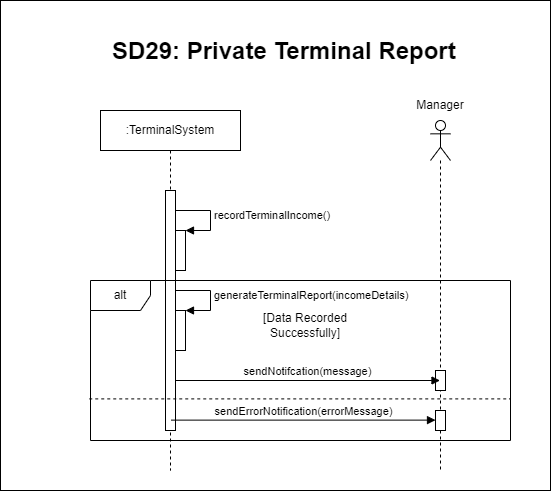
Above: Diagramms/Sequence Diagrams/SequenceDiagram29.png in Smr002/Group01_Airport_Management_System (draw.io), before the change. Source tidied: cells renumbered, new cells last; positions are measured from the earlier drawing's top-left corner, leaving out a move shared by most shapes. Its diagram source:
```xml
<mxGraphModel>
  <root>
    <mxCell id="0" />
    <mxCell id="1" parent="0" />
    <mxCell id="2" style="rounded=0;whiteSpace=wrap;html=1;" parent="1" vertex="1">
      <mxGeometry width="550" height="490" as="geometry" />
    </mxCell>
    <mxCell id="3" value="&lt;h1 style=&quot;margin-top: 0px;&quot;&gt;SD29: Private Terminal Report&lt;/h1&gt;" style="text;html=1;whiteSpace=wrap;overflow=hidden;rounded=0;" parent="1" vertex="1">
      <mxGeometry x="110" y="30" width="390" height="50" as="geometry" />
    </mxCell>
    <mxCell id="4" value=":TerminalSystem" style="shape=umlLifeline;perimeter=lifelinePerimeter;whiteSpace=wrap;html=1;newEdgeStyle={&quot;edgeStyle&quot;:&quot;elbowEdgeStyle&quot;,&quot;elbow&quot;:&quot;vertical&quot;,&quot;curved&quot;:0,&quot;rounded&quot;:0};" parent="1" vertex="1">
      <mxGeometry x="100" y="110" width="140" height="360" as="geometry" />
    </mxCell>
    <mxCell id="5" style="html=1;perimeter=orthogonalPerimeter;targetShapes=umlLifeline;newEdgeStyle={&quot;edgeStyle&quot;:&quot;elbowEdgeStyle&quot;,&quot;elbow&quot;:&quot;vertical&quot;,&quot;curved&quot;:0,&quot;rounded&quot;:0};" parent="4" vertex="1">
      <mxGeometry x="65" y="80" width="10" height="240" as="geometry" />
    </mxCell>
    <mxCell id="6" style="html=1;points=[[0,0,0,0,5],[0,1,0,0,-5],[1,0,0,0,5],[1,1,0,0,-5]];perimeter=orthogonalPerimeter;outlineConnect=0;targetShapes=umlLifeline;portConstraint=eastwest;newEdgeStyle={&quot;curved&quot;:0,&quot;rounded&quot;:0};" parent="4" vertex="1">
      <mxGeometry x="75" y="120" width="10" height="40" as="geometry" />
    </mxCell>
    <mxCell id="7" value="recordTerminalIncome()" style="html=1;align=left;spacingLeft=2;endArrow=block;rounded=0;edgeStyle=orthogonalEdgeStyle;curved=0;rounded=0;" parent="4" edge="1" target="6">
      <mxGeometry relative="1" as="geometry">
        <mxPoint x="75" y="100" as="sourcePoint" />
        <Array as="points">
          <mxPoint x="110" y="100" />
          <mxPoint x="110" y="120" />
        </Array>
      </mxGeometry>
    </mxCell>
    <mxCell id="8" style="html=1;points=[[0,0,0,0,5],[0,1,0,0,-5],[1,0,0,0,5],[1,1,0,0,-5]];perimeter=orthogonalPerimeter;outlineConnect=0;targetShapes=umlLifeline;portConstraint=eastwest;newEdgeStyle={&quot;curved&quot;:0,&quot;rounded&quot;:0};" parent="4" vertex="1">
      <mxGeometry x="75" y="200" width="10" height="40" as="geometry" />
    </mxCell>
    <mxCell id="9" value="generateTerminalReport(incomeDetails)" style="html=1;align=left;spacingLeft=2;endArrow=block;rounded=0;edgeStyle=orthogonalEdgeStyle;curved=0;rounded=0;" parent="4" edge="1" target="8">
      <mxGeometry relative="1" as="geometry">
        <mxPoint x="75" y="180" as="sourcePoint" />
        <Array as="points">
          <mxPoint x="110" y="180" />
          <mxPoint x="110" y="200" />
        </Array>
      </mxGeometry>
    </mxCell>
    <mxCell id="10" style="shape=umlLifeline;perimeter=lifelinePerimeter;whiteSpace=wrap;html=1;newEdgeStyle={&quot;curved&quot;:0,&quot;rounded&quot;:0};participant=umlActor;" parent="1" vertex="1">
      <mxGeometry x="430" y="120" width="20" height="350" as="geometry" />
    </mxCell>
    <mxCell id="11" style="html=1;perimeter=orthogonalPerimeter;targetShapes=umlLifeline;newEdgeStyle={&quot;curved&quot;:0,&quot;rounded&quot;:0};" parent="10" vertex="1">
      <mxGeometry x="5" y="250" width="10" height="20" as="geometry" />
    </mxCell>
    <mxCell id="12" value="sendNotifcation(message)" style="html=1;verticalAlign=bottom;endArrow=block;curved=0;rounded=0;" parent="1" edge="1">
      <mxGeometry relative="1" as="geometry">
        <mxPoint x="175" y="380" as="sourcePoint" />
        <mxPoint x="439.5" y="380" as="targetPoint" />
      </mxGeometry>
    </mxCell>
    <mxCell id="13" value="Manager" style="text;strokeColor=none;align=center;fillColor=none;html=1;verticalAlign=middle;whiteSpace=wrap;rounded=0;" parent="1" vertex="1">
      <mxGeometry x="410" y="90" width="60" height="30" as="geometry" />
    </mxCell>
    <mxCell id="14" value="alt" style="shape=umlFrame;whiteSpace=wrap;html=1;" parent="1" vertex="1">
      <mxGeometry x="90" y="280" width="420" height="160" as="geometry" />
    </mxCell>
    <mxCell id="15" style="html=1;perimeter=orthogonalPerimeter;targetShapes=umlLifeline;newEdgeStyle={&quot;curved&quot;:0,&quot;rounded&quot;:0};" parent="1" vertex="1">
      <mxGeometry x="435" y="410" width="10" height="20" as="geometry" />
    </mxCell>
    <mxCell id="16" value="sendErrorNotification(errorMessage)" style="html=1;verticalAlign=bottom;endArrow=block;curved=0;rounded=0;" parent="1" edge="1">
      <mxGeometry relative="1" as="geometry">
        <mxPoint x="170.5" y="419.6" as="sourcePoint" />
        <mxPoint x="435" y="419.6" as="targetPoint" />
      </mxGeometry>
    </mxCell>
    <mxCell id="17" style="endArrow=none;dashed=1;html=1;rounded=0;exitX=-0.003;exitY=0.74;exitDx=0;exitDy=0;exitPerimeter=0;entryX=1;entryY=0.74;entryDx=0;entryDy=0;entryPerimeter=0;" parent="1" edge="1" source="14" target="14">
      <mxGeometry relative="1" as="geometry" />
    </mxCell>
    <mxCell id="18" value="[Data Recorded Successfully]" style="text;strokeColor=none;align=center;fillColor=none;html=1;verticalAlign=middle;whiteSpace=wrap;rounded=0;" parent="1" vertex="1">
      <mxGeometry x="235" y="310" width="140" height="30" as="geometry" />
    </mxCell>
  </root>
</mxGraphModel>
```
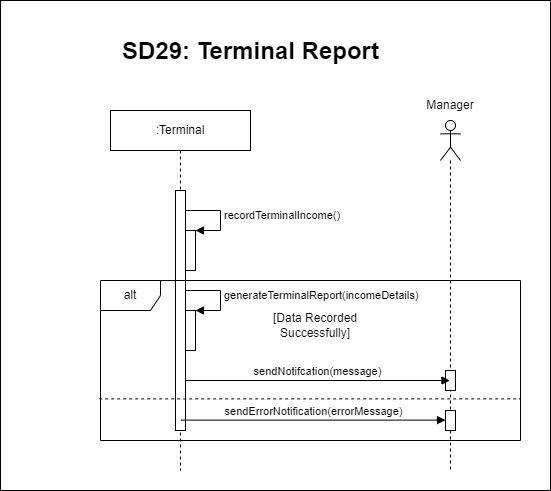
After the commit.

The edit, as a diff of the source:
```diff
@@ -3,12 +3,12 @@
     <mxCell id="0" />
     <mxCell id="1" parent="0" />
     <mxCell id="2" style="rounded=0;whiteSpace=wrap;html=1;" parent="1" vertex="1">
-      <mxGeometry width="550" height="490" as="geometry" />
+      <mxGeometry x="-10" width="550" height="490" as="geometry" />
     </mxCell>
-    <mxCell id="3" value="&lt;h1 style=&quot;margin-top: 0px;&quot;&gt;SD29: Private Terminal Report&lt;/h1&gt;" style="text;html=1;whiteSpace=wrap;overflow=hidden;rounded=0;" parent="1" vertex="1">
+    <mxCell id="3" value="&lt;h1 style=&quot;margin-top: 0px;&quot;&gt;SD29: Terminal Report&lt;/h1&gt;" style="text;html=1;whiteSpace=wrap;overflow=hidden;rounded=0;" parent="1" vertex="1">
       <mxGeometry x="110" y="30" width="390" height="50" as="geometry" />
     </mxCell>
-    <mxCell id="4" value=":TerminalSystem" style="shape=umlLifeline;perimeter=lifelinePerimeter;whiteSpace=wrap;html=1;newEdgeStyle={&quot;edgeStyle&quot;:&quot;elbowEdgeStyle&quot;,&quot;elbow&quot;:&quot;vertical&quot;,&quot;curved&quot;:0,&quot;rounded&quot;:0};" parent="1" vertex="1">
+    <mxCell id="4" value=":Terminal" style="shape=umlLifeline;perimeter=lifelinePerimeter;whiteSpace=wrap;html=1;newEdgeStyle={&quot;edgeStyle&quot;:&quot;elbowEdgeStyle&quot;,&quot;elbow&quot;:&quot;vertical&quot;,&quot;curved&quot;:0,&quot;rounded&quot;:0};" parent="1" vertex="1">
       <mxGeometry x="100" y="110" width="140" height="360" as="geometry" />
     </mxCell>
     <mxCell id="5" style="html=1;perimeter=orthogonalPerimeter;targetShapes=umlLifeline;newEdgeStyle={&quot;edgeStyle&quot;:&quot;elbowEdgeStyle&quot;,&quot;elbow&quot;:&quot;vertical&quot;,&quot;curved&quot;:0,&quot;rounded&quot;:0};" parent="4" vertex="1">
```
